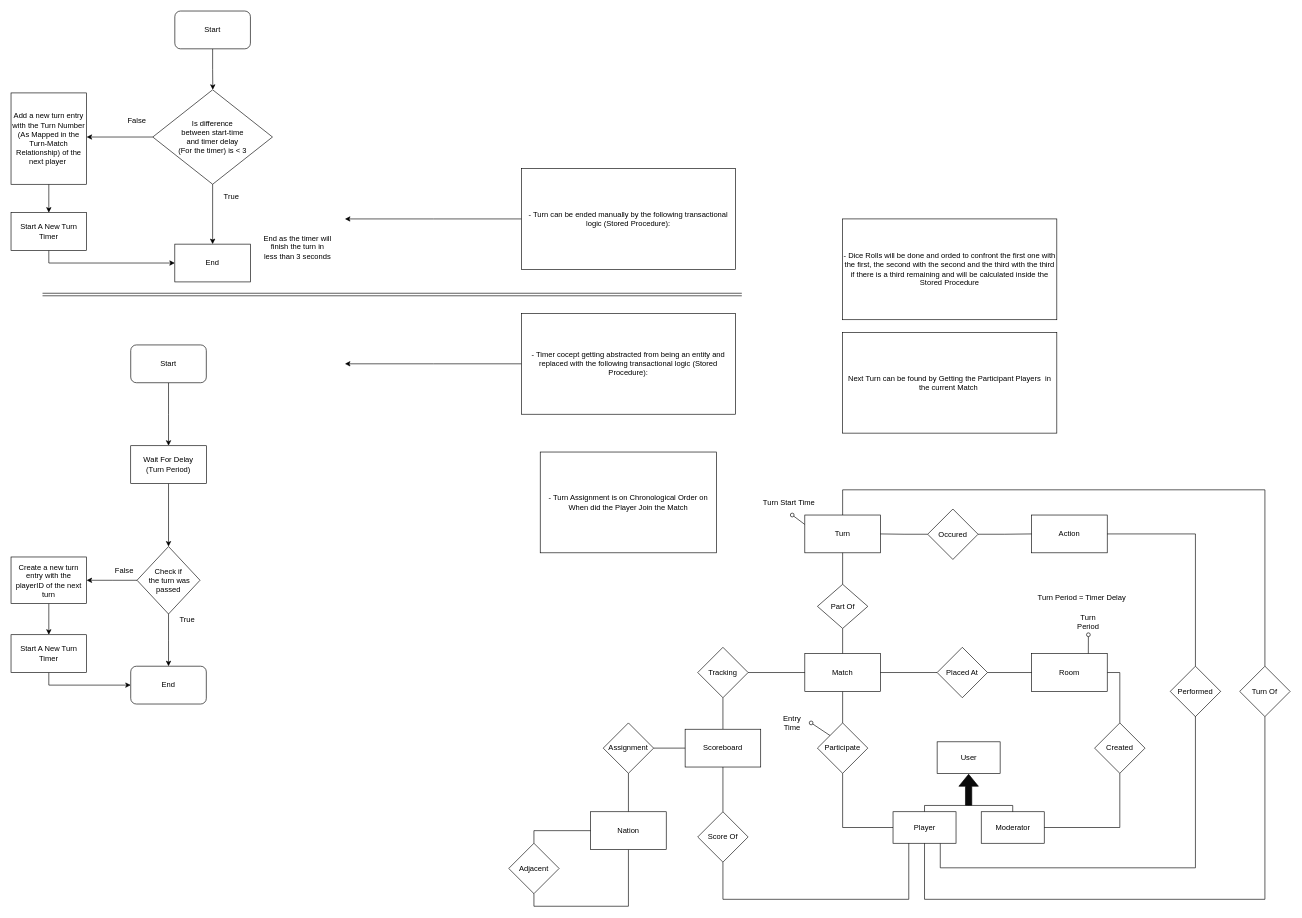
The draw.io diagram doc/Schema Concettuale (Stripped).drawio in CptPackage/risiko-online, before the edit. Source tidied: cells renumbered, new cells numbered last; positions are measured from the earlier drawing's top-left corner, leaving out a move shared by most shapes. Both pictures are drawn from the tidied source at 63%, with x=0, y=0 at pixel (11, 11).
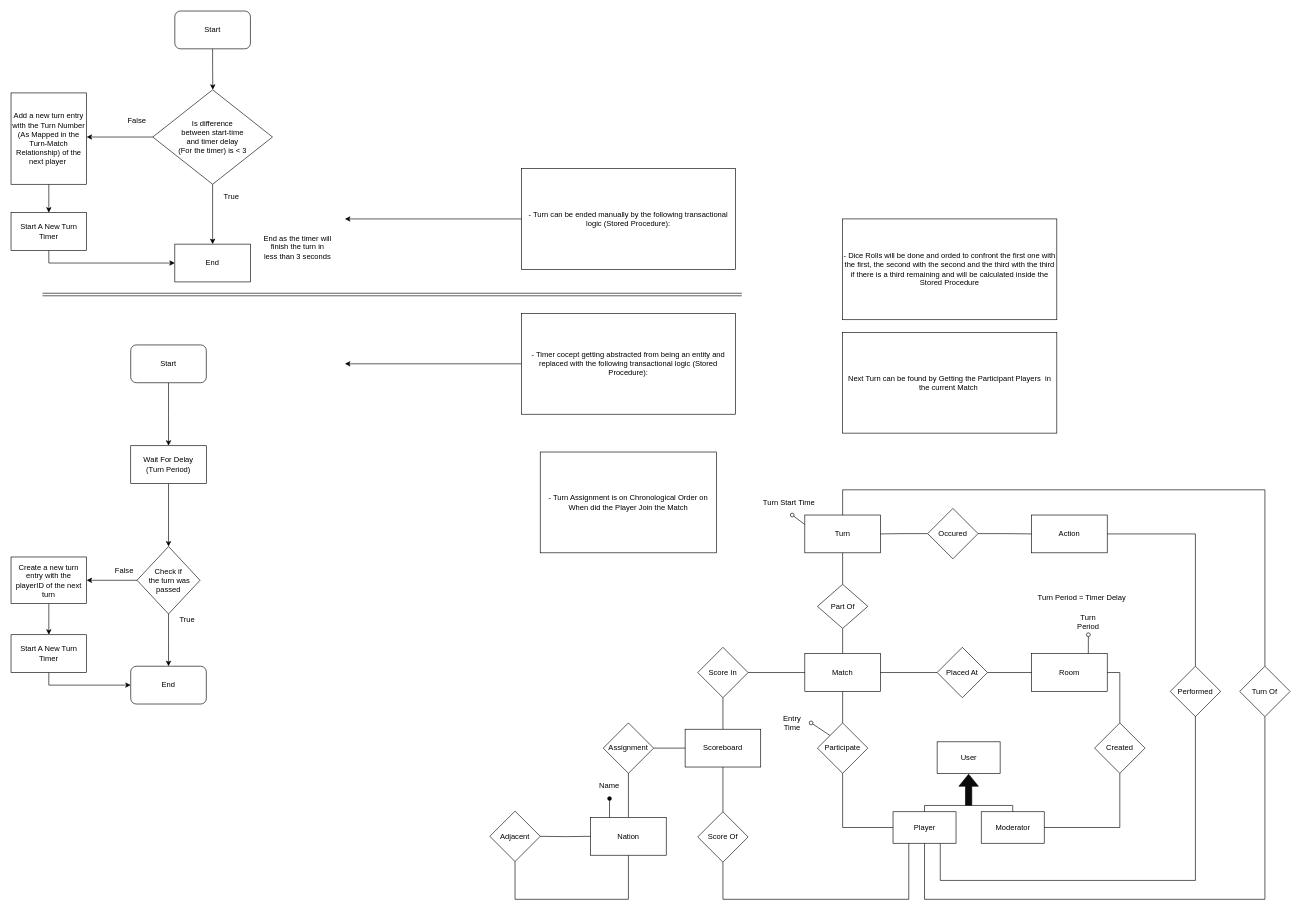
Above is the later version.

Unchanged cells that the change refers to:
```xml
<mxCell id="18" value="Player" style="html=1;dashed=0;whitespace=wrap;" parent="15" vertex="1">
  <mxGeometry y="111" width="100" height="50" as="geometry" />
</mxCell>
<mxCell id="34" value="Adjacent" style="rhombus;whiteSpace=wrap;html=1;direction=east;" parent="33" vertex="1">
  <mxGeometry width="80" height="80" as="geometry" />
</mxCell>
<mxCell id="82" value="Performed" style="rhombus;whiteSpace=wrap;html=1;strokeColor=#000000;" parent="1" vertex="1">
  <mxGeometry x="1840" y="1040" width="80" height="80" as="geometry" />
</mxCell>
<mxCell id="88" value="Nation" style="rounded=0;whiteSpace=wrap;html=1;direction=east;" parent="87" vertex="1">
  <mxGeometry width="120" height="60" as="geometry" />
</mxCell>
```

What changed in the source:
```diff
@@
     <mxCell id="7" style="edgeStyle=orthogonalEdgeStyle;rounded=0;jettySize=auto;html=1;exitX=1;exitY=0.5;exitDx=0;exitDy=0;entryX=0.75;entryY=1;entryDx=0;entryDy=0;endArrow=none;endFill=0;fillColor=#0A0A0A;" parent="1" edge="1" source="82" target="18">
       <mxGeometry relative="1" as="geometry">
         <Array as="points">
           <mxPoint x="1880" y="1080" />
-          <mxPoint x="1880" y="1360" />
-          <mxPoint x="1475" y="1360" />
+          <mxPoint x="1880" y="1380" />
+          <mxPoint x="1475" y="1380" />
         </Array>
       </mxGeometry>
     </mxCell>
@@
-    <mxCell id="26" value="Tracking" style="rhombus;whiteSpace=wrap;html=1;" parent="1" vertex="1">
+    <mxCell id="26" value="Score In" style="rhombus;whiteSpace=wrap;html=1;" parent="1" vertex="1">
       <mxGeometry x="1090" y="1010" width="80" height="80" as="geometry" />
     </mxCell>
@@
     <mxCell id="29" value="Occured" style="rhombus;whiteSpace=wrap;html=1;" parent="1" vertex="1">
-      <mxGeometry x="1455" y="790.5" width="80" height="80" as="geometry" />
+      <mxGeometry x="1455" y="789.5" width="80" height="80" as="geometry" />
     </mxCell>
@@
     <mxCell id="33" style="group;" parent="1" vertex="1">
-      <mxGeometry x="790" y="1321" width="80" height="80" as="geometry" />
+      <mxGeometry x="760" y="1270" width="80" height="80" as="geometry" />
     </mxCell>
@@
     <mxCell id="86" style="edgeStyle=orthogonalEdgeStyle;rounded=0;jettySize=auto;html=1;exitX=0.5;exitY=1;exitDx=0;exitDy=0;entryX=0.5;entryY=1;entryDx=0;entryDy=0;endArrow=none;endFill=0;fillColor=#0A0A0A;" parent="1" edge="1" source="88" target="34">
-      <mxGeometry relative="1" as="geometry" />
+      <mxGeometry relative="1" as="geometry">
+        <Array as="points">
+          <mxPoint x="980" y="1410" />
+          <mxPoint x="800" y="1410" />
+        </Array>
+      </mxGeometry>
     </mxCell>
     <mxCell id="87" style="group;direction=south;" parent="1" vertex="1">
-      <mxGeometry x="920" y="1271" width="60" height="120" as="geometry" />
+      <mxGeometry x="920" y="1280" width="60" height="120" as="geometry" />
     </mxCell>
@@
-    <mxCell id="92" style="edgeStyle=orthogonalEdgeStyle;rounded=0;jettySize=auto;html=1;exitX=0.5;exitY=0;exitDx=0;exitDy=0;entryX=0;entryY=0.5;entryDx=0;entryDy=0;endArrow=none;endFill=0;fillColor=#0A0A0A;" parent="1" edge="1" source="34" target="88">
-      <mxGeometry relative="1" as="geometry" />
+    <mxCell id="92" style="edgeStyle=orthogonalEdgeStyle;rounded=0;jettySize=auto;html=1;entryX=0;entryY=0.5;entryDx=0;entryDy=0;endArrow=none;endFill=0;fillColor=#0A0A0A;" parent="1" edge="1" target="88">
+      <mxGeometry relative="1" as="geometry">
+        <mxPoint x="840" y="1310" as="sourcePoint" />
+      </mxGeometry>
     </mxCell>
@@
+    <mxCell id="94" style="edgeStyle=none;rounded=0;jettySize=auto;html=1;exitX=0.25;exitY=0;exitDx=0;exitDy=0;endArrow=oval;endFill=1;fillColor=#0A0A0A;" parent="1" edge="1" source="88">
+      <mxGeometry relative="1" as="geometry">
+        <mxPoint x="950" y="1250" as="targetPoint" />
+      </mxGeometry>
+    </mxCell>
+    <mxCell id="95" value="Name" style="text;html=1;strokeColor=none;fillColor=none;align=center;verticalAlign=middle;whiteSpace=wrap;rounded=0;" parent="1" vertex="1">
+      <mxGeometry x="930" y="1220" width="40" height="20" as="geometry" />
+    </mxCell>
```
